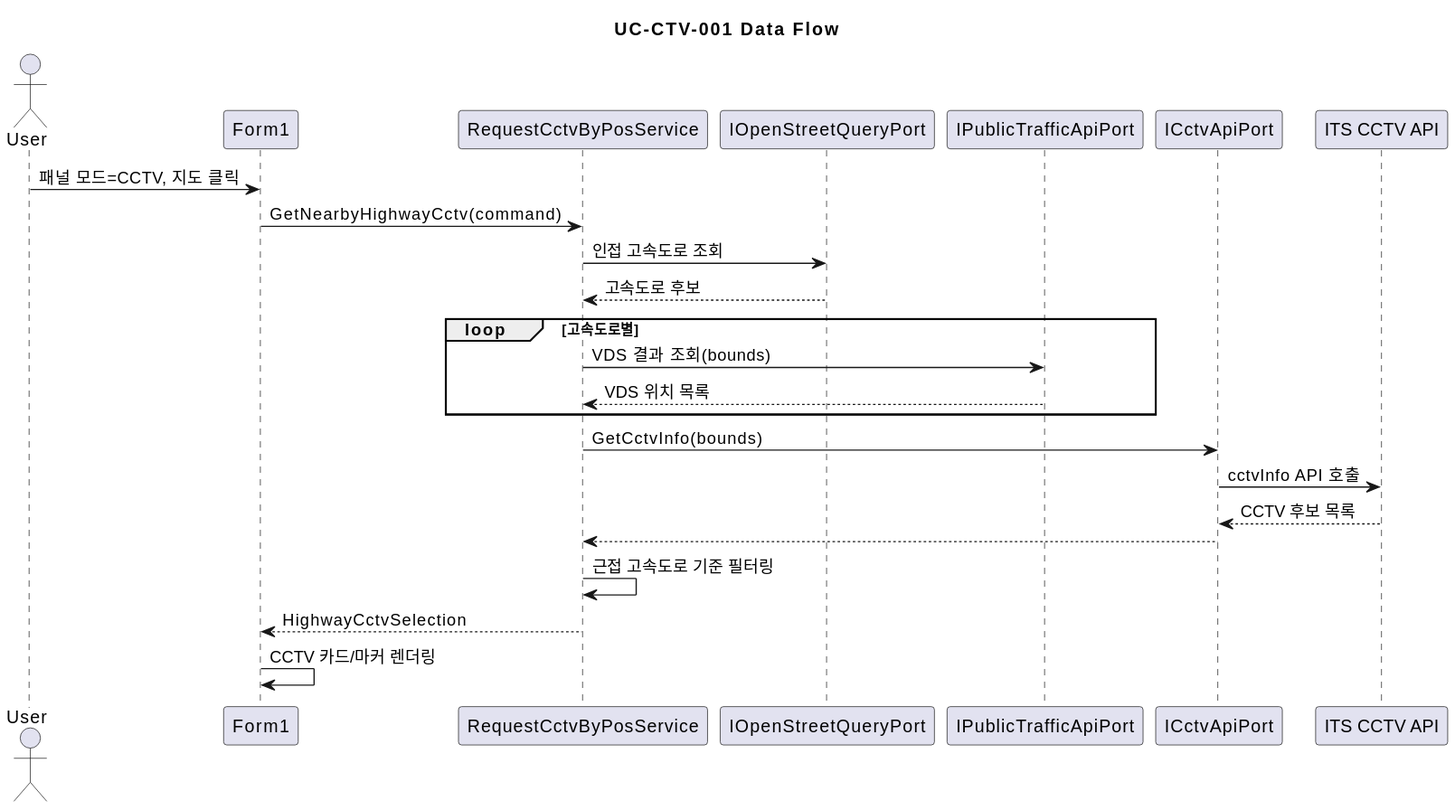
Above: docs/images/plantuml/usecase-spec-11.svg in omegafrog/TrafficSolution (PlantUML), before the change. Source of this version:
```plantuml
@startuml
title UC-CTV-001 Data Flow

actor User
participant Form1
participant "RequestCctvByPosService" as CctvSvc
participant "IOpenStreetQueryPort" as OpenStreetPort
participant "IPublicTrafficApiPort" as TrafficApiPort
participant "ICctvApiPort" as CctvApiPort
participant "ITS CCTV API" as CctvApi

User -> Form1 : 패널 모드=CCTV, 지도 클릭
Form1 -> CctvSvc : GetNearbyHighwayCctv(command)

CctvSvc -> OpenStreetPort : 인접 고속도로 조회
OpenStreetPort --> CctvSvc : 고속도로 후보

loop 고속도로별
  CctvSvc -> TrafficApiPort : VDS 결과 조회(bounds)
  TrafficApiPort --> CctvSvc : VDS 위치 목록
end

CctvSvc -> CctvApiPort : GetCctvInfo(bounds)
CctvApiPort -> CctvApi : cctvInfo API 호출
CctvApi --> CctvApiPort : CCTV 후보 목록
CctvApiPort --> CctvSvc

CctvSvc -> CctvSvc : 근접 고속도로 기준 필터링
CctvSvc --> Form1 : HighwayCctvSelection
Form1 -> Form1 : CCTV 카드/마커 렌더링
@enduml
```
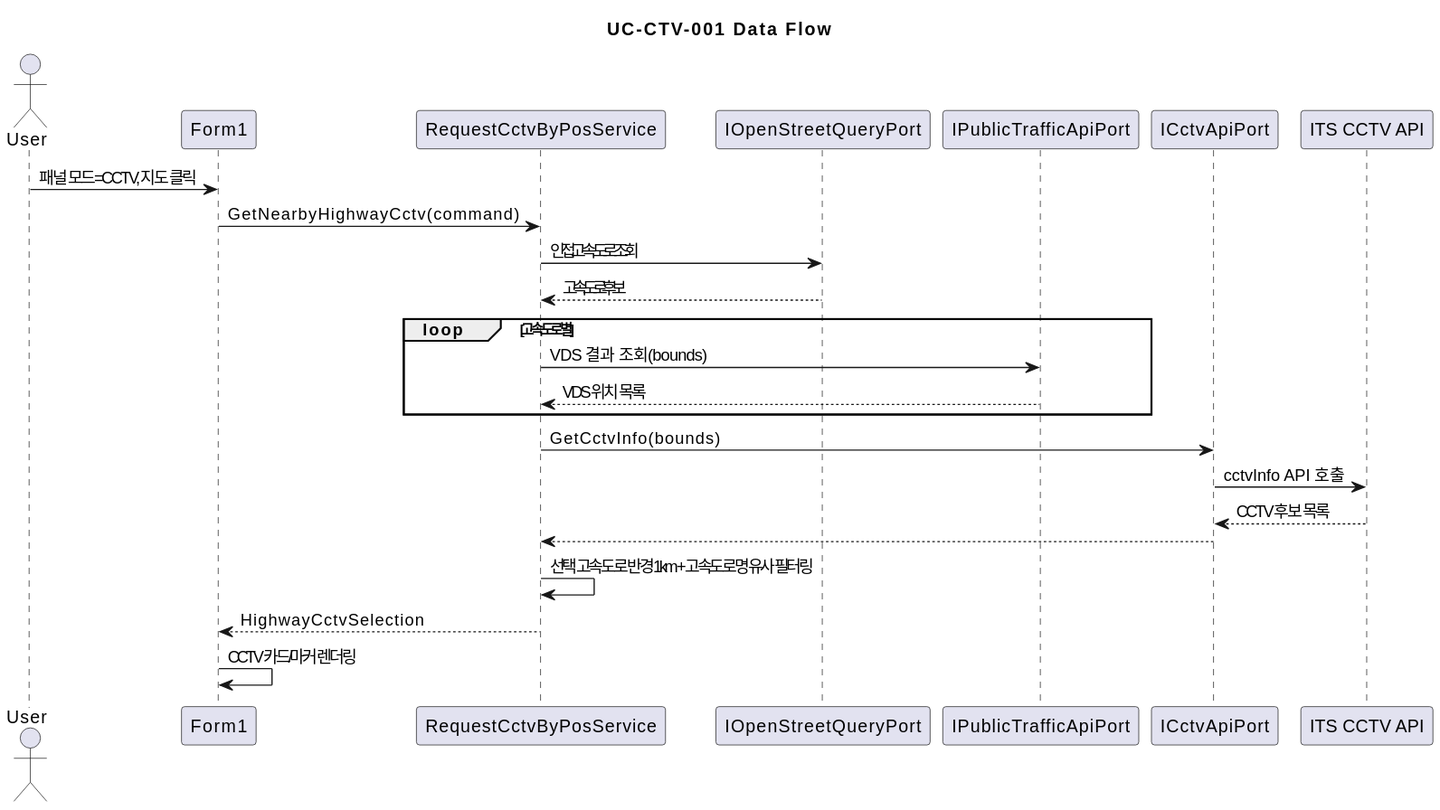
After the change.

Commit message:
docs: UC-CTV-001 렌더링 SVG를 최신 필터 규칙으로 재생성

What changed in the source:
```diff
@@ -25,7 +25,7 @@
 CctvApi --> CctvApiPort : CCTV 후보 목록
 CctvApiPort --> CctvSvc
 
-CctvSvc -> CctvSvc : 근접 고속도로 기준 필터링
+CctvSvc -> CctvSvc : 선택 고속도로 반경 1km + 고속도로명 유사 필터링
 CctvSvc --> Form1 : HighwayCctvSelection
 Form1 -> Form1 : CCTV 카드/마커 렌더링
 @enduml
```
